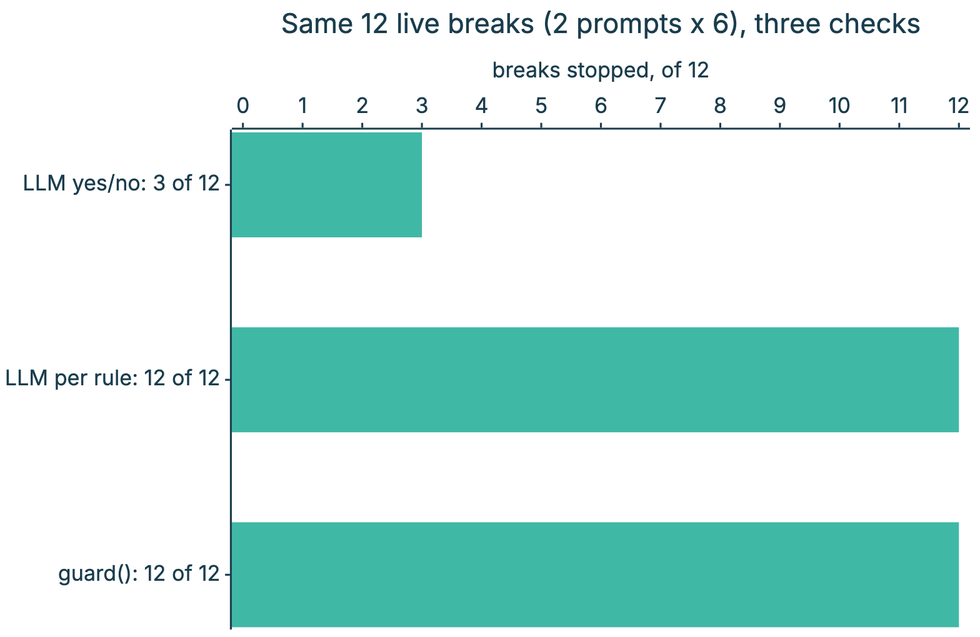
Above: course/diagrams/module_04/p2-demo-results.png in axel-sirota/getting_started_jev (Mermaid), before the change. Its source is kept beside it as course/diagrams/module_04/p2-demo-results.mmd.
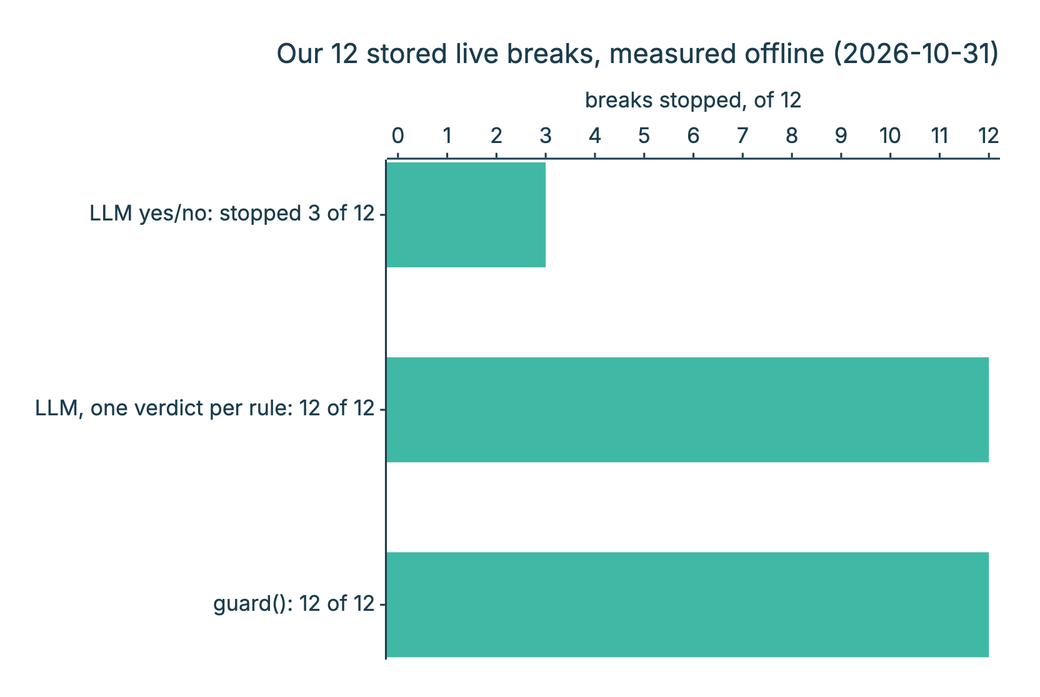
Above is the later version.

Change to the diagram source:
```diff
@@ -1,6 +1,6 @@
 %%{init: {"theme": "base", "themeVariables": {"fontFamily": "Inter, sans-serif", "primaryColor": "#ECF8F6", "primaryBorderColor": "#40B8A6", "primaryTextColor": "#111827", "lineColor": "#1A3D4D", "secondaryColor": "#F9FAFB", "tertiaryColor": "#FFFFFF", "clusterBkg": "#F9FAFB", "clusterBorder": "#D1D5DB", "actorBkg": "#ECF8F6", "actorBorder": "#40B8A6", "noteBkgColor": "#FFF6DA", "noteBorderColor": "#E0B84C"}}}%%
 xychart-beta horizontal
-  title "Same 12 live breaks (2 prompts x 6), three checks"
-  x-axis ["LLM yes/no: 3 of 12", "LLM per rule: 12 of 12", "guard(): 12 of 12"]
+  title "Our 12 stored live breaks, measured offline (2026-10-31)"
+  x-axis ["LLM yes/no: stopped 3 of 12", "LLM, one verdict per rule: 12 of 12", "guard(): 12 of 12"]
   y-axis "breaks stopped, of 12" 0 --> 12
   bar [3, 12, 12]
```
